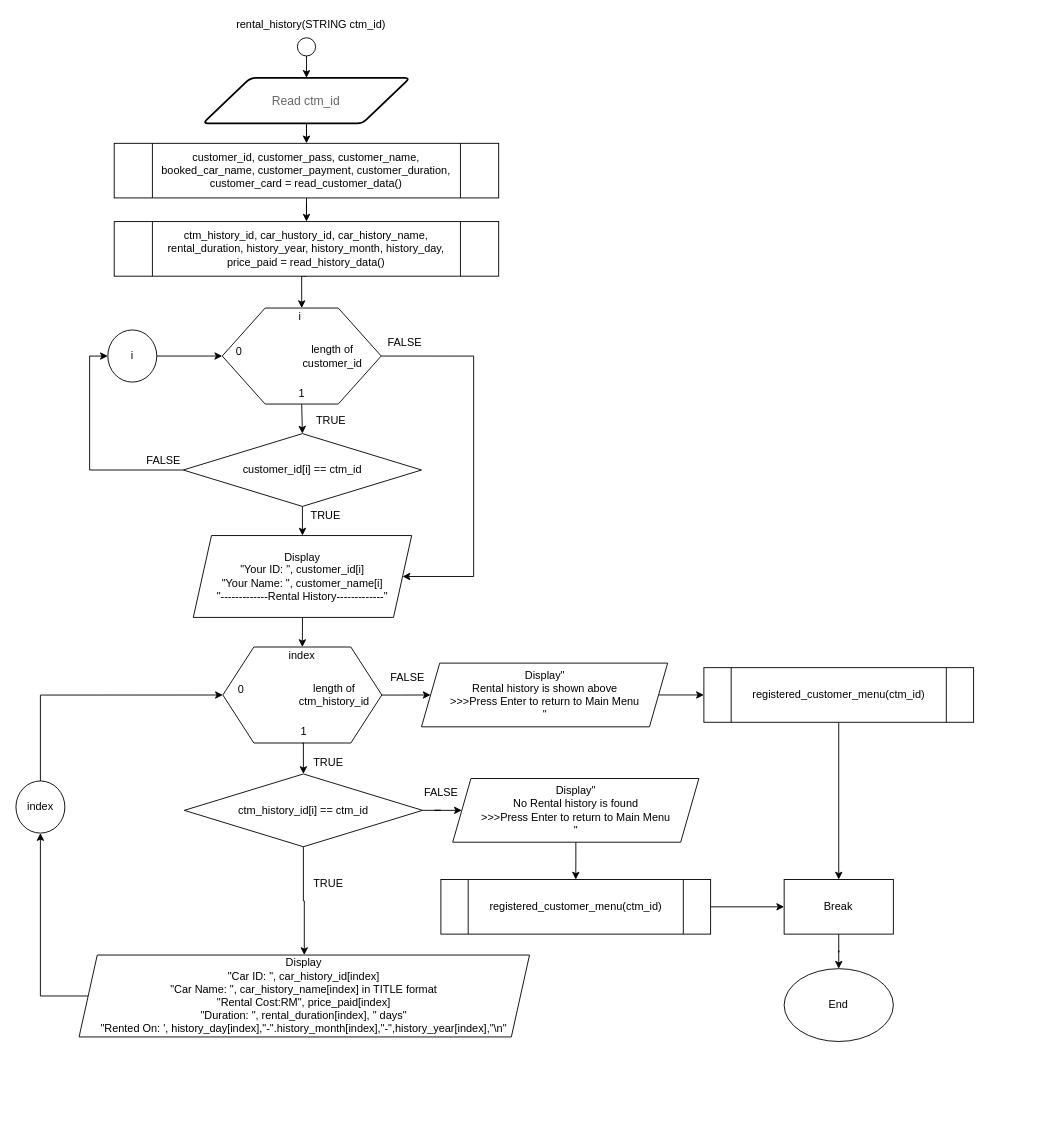
Above: page "rental_history(ctm_id)" (12 of 27) of Flowchart.drawio in LeeRenJie/python-assignment (draw.io), before the change. Source tidied: cells renumbered, new cells numbered last; positions are measured from the earlier drawing's top-left corner, leaving out a move shared by most shapes. Both pictures are drawn from the tidied source at 91%, with x=0, y=0 at pixel (15, 15).
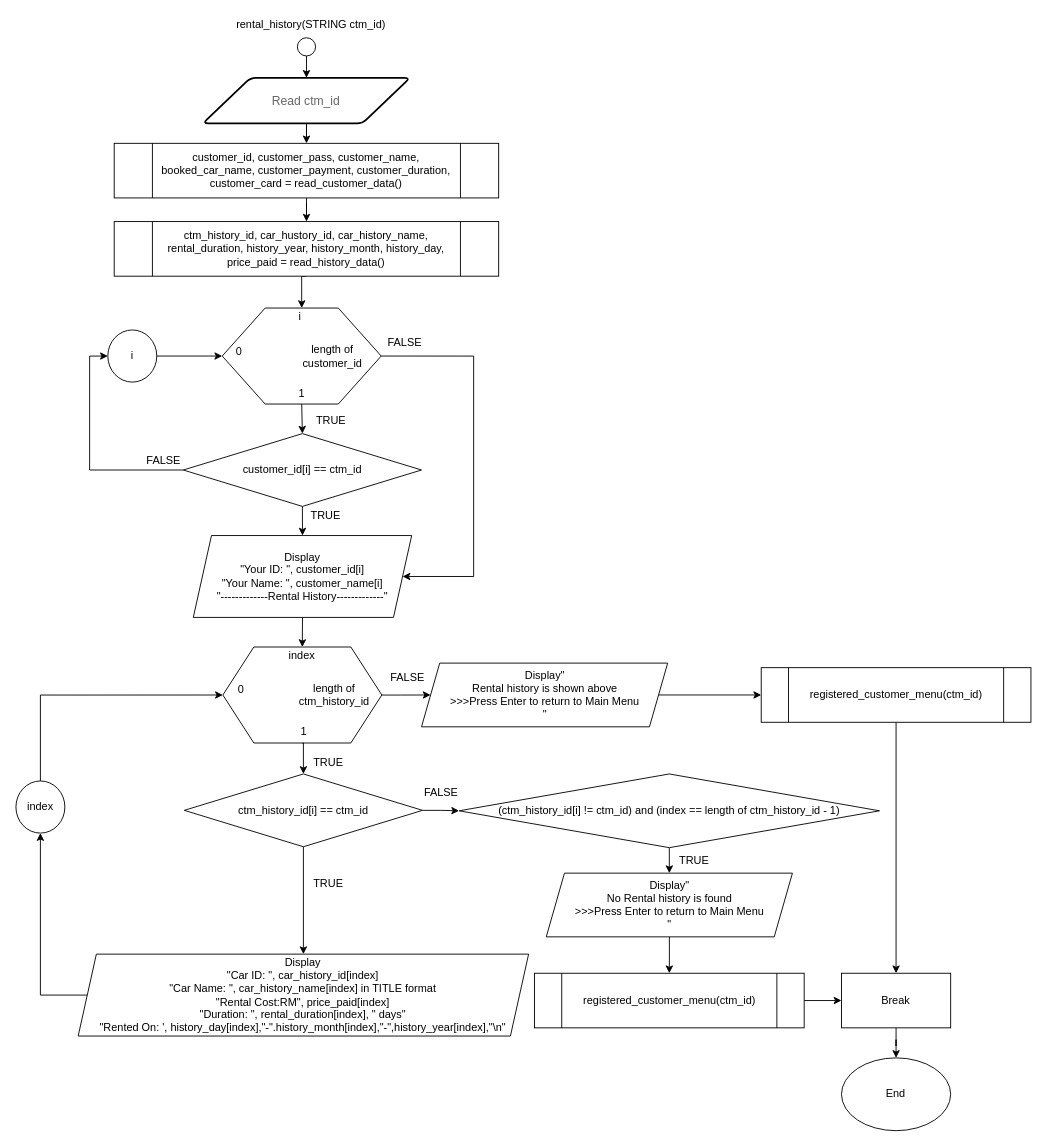
Above is the later version.

The change refers to these unchanged cells:
```xml
<mxCell id="29" value="ctm_history_id[i] == ctm_id" style="rhombus;whiteSpace=wrap;html=1;" parent="1" vertex="1">
  <mxGeometry x="185" y="833" width="261.8" height="80" as="geometry" />
</mxCell>
```

What changed in the source:
```diff
@@
     <mxCell id="21" value="Display &lt;br&gt;&quot;Car ID: &quot;, car_history_id[index]&lt;br&gt;&quot;Car Name: &quot;, car_history_name[index] in TITLE format&lt;br&gt;&quot;Rental Cost:RM&quot;, price_paid[index]&lt;br&gt;&quot;Duration: &quot;, rental_duration[index], &quot; days&quot;&lt;br&gt;&quot;Rented On: ', history_day[index],&quot;-&quot;.history_month[index],&quot;-&quot;,history_year[index],&quot;\n&quot;" style="shape=parallelogram;perimeter=parallelogramPerimeter;whiteSpace=wrap;html=1;fixedSize=1;" parent="1" vertex="1">
-      <mxGeometry x="69.4" y="1032" width="495" height="90" as="geometry" />
+      <mxGeometry x="68.4" y="1031" width="495" height="90" as="geometry" />
     </mxCell>
@@
-    <mxCell id="28" style="edgeStyle=orthogonalEdgeStyle;rounded=0;jettySize=auto;html=1;" parent="1" edge="1" source="29" target="40">
+    <mxCell id="28" style="edgeStyle=orthogonalEdgeStyle;rounded=0;jettySize=auto;html=1;entryX=0;entryY=0.5;entryDx=0;entryDy=0;" parent="1" edge="1" source="29" target="59">
       <mxGeometry relative="1" as="geometry" />
     </mxCell>
@@
     <mxCell id="40" value="&lt;div&gt;&lt;span&gt;Display&quot;&lt;/span&gt;&lt;/div&gt;&lt;div&gt;No&amp;nbsp;Rental&amp;nbsp;history&amp;nbsp;is&amp;nbsp;found&lt;/div&gt;&lt;div&gt;&lt;span&gt;&amp;gt;&amp;gt;&amp;gt;Press&amp;nbsp;Enter&amp;nbsp;to&amp;nbsp;return&amp;nbsp;to&amp;nbsp;Main&amp;nbsp;Menu&lt;/span&gt;&lt;/div&gt;&lt;div&gt;&lt;span&gt;&quot;&lt;/span&gt;&lt;/div&gt;" style="shape=parallelogram;perimeter=parallelogramPerimeter;whiteSpace=wrap;html=1;fixedSize=1;align=center;" parent="1" vertex="1">
-      <mxGeometry x="480" y="838" width="270.5" height="70" as="geometry" />
+      <mxGeometry x="582.8" y="942" width="270.5" height="70" as="geometry" />
     </mxCell>
@@
     <mxCell id="42" value="registered_customer_menu(ctm_id)" style="shape=process;whiteSpace=wrap;html=1;backgroundOutline=1;" parent="1" vertex="1">
-      <mxGeometry x="467" y="949" width="296.4" height="60" as="geometry" />
+      <mxGeometry x="569.8" y="1052" width="296.4" height="60" as="geometry" />
     </mxCell>
@@
     <mxCell id="47" value="registered_customer_menu(ctm_id)" style="shape=process;whiteSpace=wrap;html=1;backgroundOutline=1;" parent="1" vertex="1">
-      <mxGeometry x="756" y="716.2" width="296.4" height="60" as="geometry" />
+      <mxGeometry x="819" y="716.2" width="296.4" height="60" as="geometry" />
     </mxCell>
     <mxCell id="48" value="End" style="ellipse;whiteSpace=wrap;html=1;" parent="1" vertex="1">
-      <mxGeometry x="844.2" y="1047" width="120" height="80" as="geometry" />
+      <mxGeometry x="907.2" y="1145" width="120" height="80" as="geometry" />
     </mxCell>
@@
     <mxCell id="50" value="Break" style="rounded=0;whiteSpace=wrap;html=1;" parent="1" vertex="1">
-      <mxGeometry x="844.2" y="949" width="120" height="60" as="geometry" />
+      <mxGeometry x="907.2" y="1052" width="120" height="60" as="geometry" />
     </mxCell>
@@
+    <mxCell id="58" style="edgeStyle=orthogonalEdgeStyle;rounded=0;jettySize=auto;html=1;exitX=0.5;exitY=1;exitDx=0;exitDy=0;entryX=0.5;entryY=0;entryDx=0;entryDy=0;" parent="1" edge="1" source="59" target="40">
+      <mxGeometry relative="1" as="geometry" />
+    </mxCell>
+    <mxCell id="59" value="&lt;span&gt;(ctm_history_id[i] != ctm_id) and (index == length of ctm_history_id - 1)&lt;/span&gt;" style="rhombus;whiteSpace=wrap;html=1;" parent="1" vertex="1">
+      <mxGeometry x="487" y="833" width="462" height="81" as="geometry" />
+    </mxCell>
+    <mxCell id="60" value="TRUE" style="text;html=1;align=center;verticalAlign=middle;" parent="1" vertex="1">
+      <mxGeometry x="723" y="919" width="43" height="18" as="geometry" />
+    </mxCell>
```
